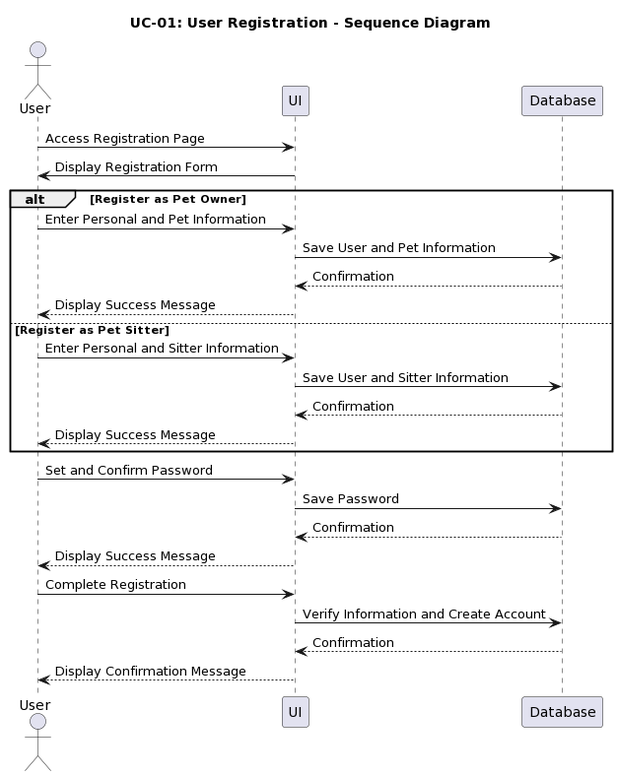
Earlier version of the PlantUML export Documents/PlantUML/UC-01_SEQUENCE_Diagram.png (IrenePorta/PetSitters). Source of this version:
```plantuml
@startuml
title UC-01: User Registration - Sequence Diagram

actor User
participant UI
participant Database

User -> UI : Access Registration Page
UI -> User : Display Registration Form

alt Register as Pet Owner
    User -> UI : Enter Personal and Pet Information
    UI -> Database : Save User and Pet Information
    Database --> UI : Confirmation
    UI --> User : Display Success Message
else Register as Pet Sitter
    User -> UI : Enter Personal and Sitter Information
    UI -> Database : Save User and Sitter Information
    Database --> UI : Confirmation
    UI --> User : Display Success Message
end

User -> UI : Set and Confirm Password
UI -> Database : Save Password
Database --> UI : Confirmation
UI --> User : Display Success Message

User -> UI : Complete Registration
UI -> Database : Verify Information and Create Account
Database --> UI : Confirmation
UI --> User : Display Confirmation Message
@enduml
```
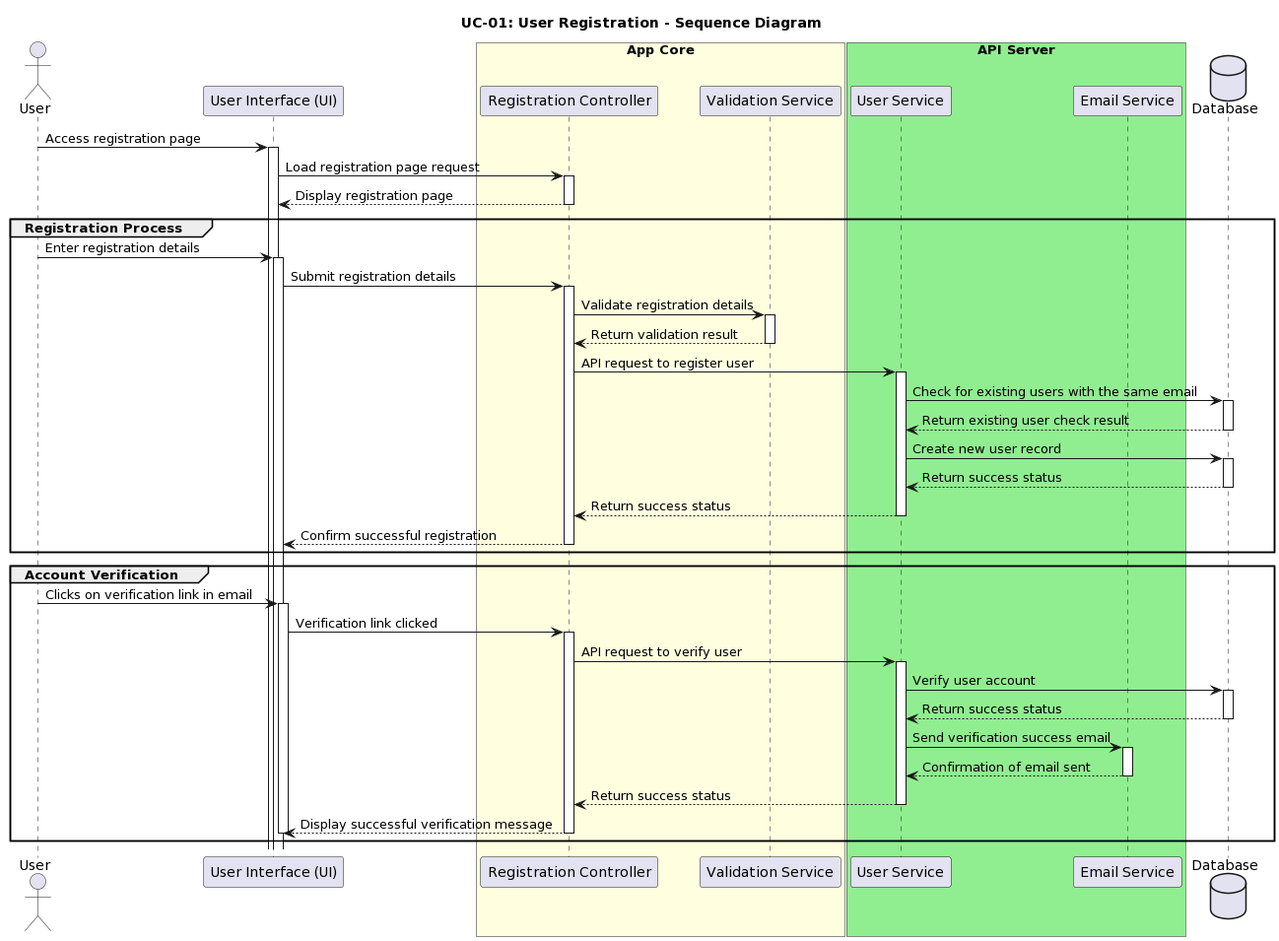
After the commit.

Change to the diagram source:
```diff
@@ -1,32 +1,90 @@
 @startuml
 title UC-01: User Registration - Sequence Diagram
 
-actor User
-participant UI
-participant Database
+actor "User" as user
+participant "User Interface (UI)" as ui
+box "App Core" #LightYellow
+  participant "Registration Controller" as regCtrl
+  participant "Validation Service" as valService
+end box
+box "API Server" #LightGreen
+  participant "User Service" as userService
+  participant "Email Service" as emailService
+end box
+database "Database" as db
 
-User -> UI : Access Registration Page
-UI -> User : Display Registration Form
+user -> ui: Access registration page
+activate ui
 
-alt Register as Pet Owner
-    User -> UI : Enter Personal and Pet Information
-    UI -> Database : Save User and Pet Information
-    Database --> UI : Confirmation
-    UI --> User : Display Success Message
-else Register as Pet Sitter
-    User -> UI : Enter Personal and Sitter Information
-    UI -> Database : Save User and Sitter Information
-    Database --> UI : Confirmation
-    UI --> User : Display Success Message
-end
+ui -> regCtrl: Load registration page request
+activate regCtrl
 
-User -> UI : Set and Confirm Password
-UI -> Database : Save Password
-Database --> UI : Confirmation
-UI --> User : Display Success Message
+regCtrl --> ui: Display registration page
+deactivate regCtrl
 
-User -> UI : Complete Registration
-UI -> Database : Verify Information and Create Account
-Database --> UI : Confirmation
-UI --> User : Display Confirmation Message
+group Registration Process
+    user -> ui: Enter registration details
+    activate ui
+
+    ui -> regCtrl: Submit registration details
+    activate regCtrl
+
+    regCtrl -> valService: Validate registration details
+    activate valService
+
+    valService --> regCtrl: Return validation result
+    deactivate valService
+
+    regCtrl -> userService: API request to register user
+    activate userService
+
+    userService -> db: Check for existing users with the same email
+    activate db
+
+    db --> userService: Return existing user check result
+    deactivate db
+
+    userService -> db: Create new user record
+    activate db
+
+    db --> userService: Return success status
+    deactivate db
+
+    userService --> regCtrl: Return success status
+    deactivate userService
+
+    regCtrl --> ui: Confirm successful registration
+    deactivate regCtrl
+end group
+
+group Account Verification
+    user -> ui: Clicks on verification link in email
+    activate ui
+
+    ui -> regCtrl: Verification link clicked
+    activate regCtrl
+
+    regCtrl -> userService: API request to verify user
+    activate userService
+
+    userService -> db: Verify user account
+    activate db
+
+    db --> userService: Return success status
+    deactivate db
+
+    userService -> emailService: Send verification success email
+    activate emailService
+
+    emailService --> userService: Confirmation of email sent
+    deactivate emailService
+
+    userService --> regCtrl: Return success status
+    deactivate userService
+
+    regCtrl --> ui: Display successful verification message
+    deactivate regCtrl
+
+    deactivate ui
+end group
 @enduml
```
